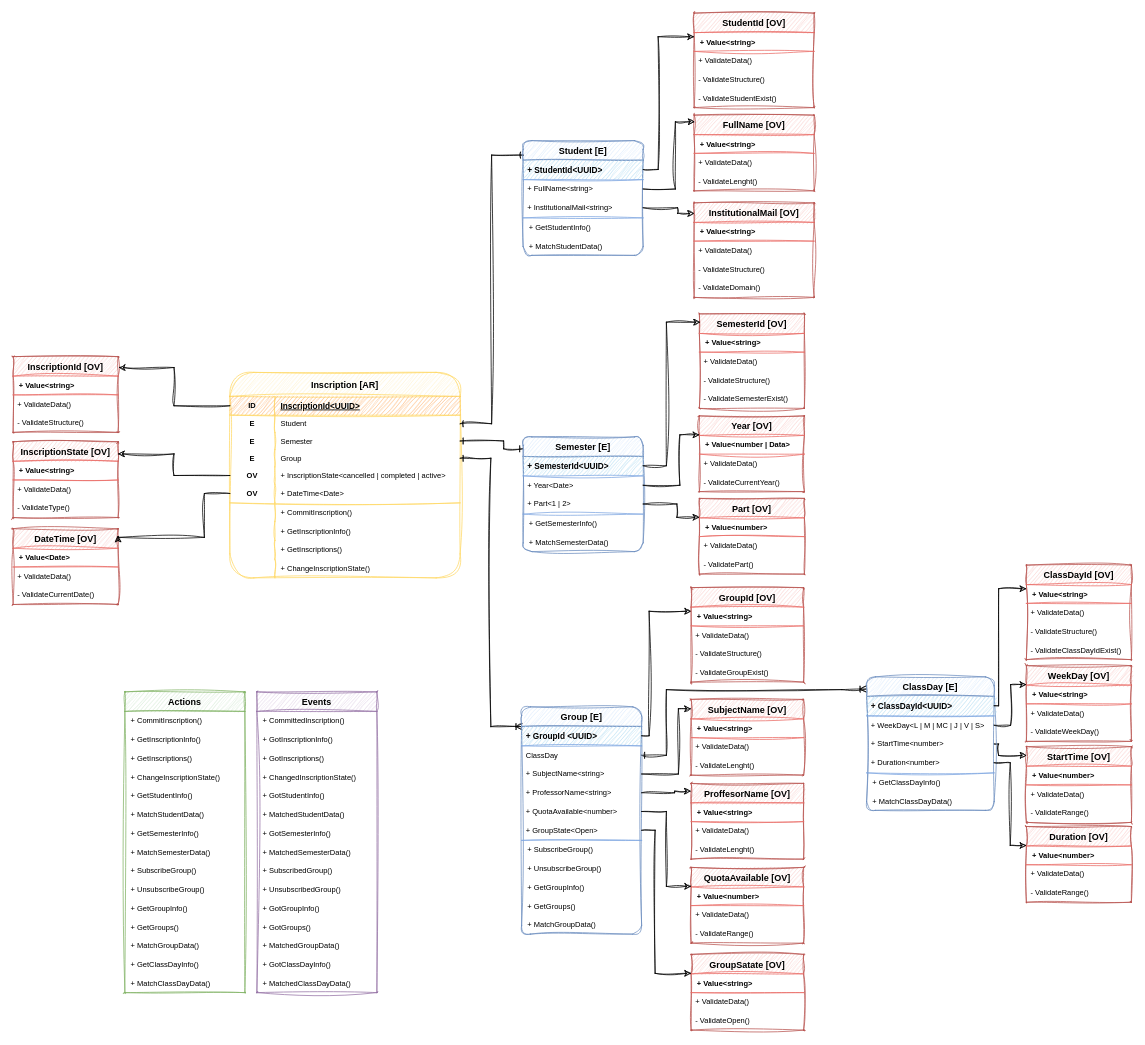
Earlier version of the draw.io diagram page "Inscription <AR>" (5 of 5) of DDD University - Sofka.drawio (EduaRuiz/C1-2023-DDD-Colombia). Source tidied: cells renumbered, new cells numbered last; positions are measured from the earlier drawing's top-left corner, leaving out a move shared by most shapes. Both pictures are drawn from the tidied source at 75%, with x=0, y=0 at pixel (13, 13).
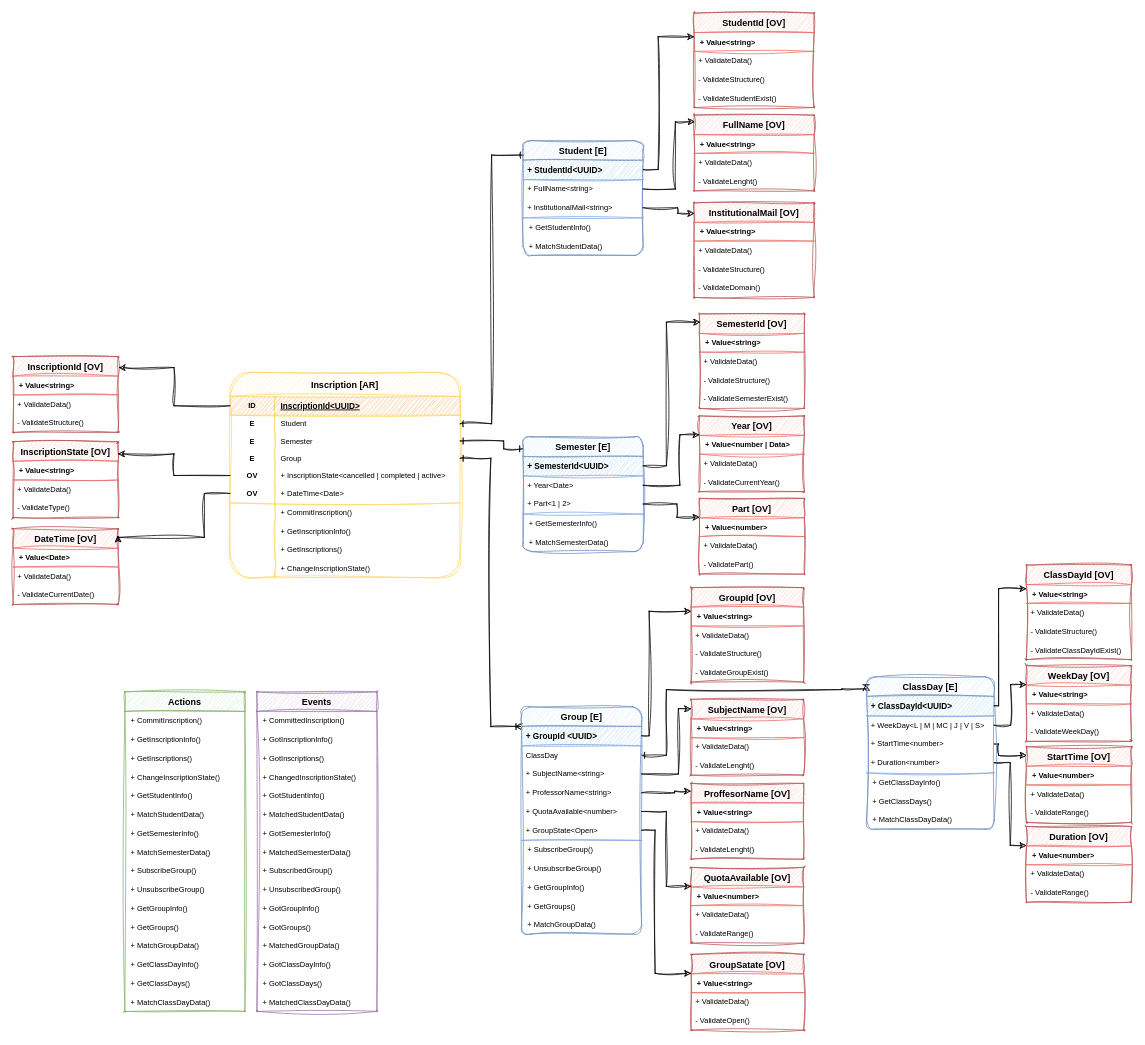
Above is the later version.

The change refers to these unchanged cells:
```xml
<mxCell id="52" style="group;" parent="1" vertex="1">
  <mxGeometry x="149" y="905" width="336" height="301" as="geometry" />
</mxCell>
<mxCell id="85" style="group;" parent="1" vertex="1">
  <mxGeometry x="1138" y="736" width="353" height="449.5" as="geometry" />
</mxCell>
```

Diff of the diagram source:
```diff
@@
     <mxCell id="53" value="Actions" style="swimlane;fontStyle=1;horizontal=1;startSize=26;align=center;fontSize=12;rounded=1;shadow=0;glass=0;sketch=1;fillStyle=auto;strokeColor=#82b366;fillColor=#d5e8d4;arcSize=0;swimlaneLine=1;curveFitting=1;jiggle=2;" parent="52" vertex="1">
-      <mxGeometry width="160" height="401" as="geometry" />
+      <mxGeometry width="160" height="426" as="geometry" />
     </mxCell>
@@
+    <mxCell id="208" value="+ GetClassDays()" style="shape=partialRectangle;fillColor=none;top=0;left=0;bottom=0;right=0;align=left;spacingLeft=6;fontStyle=0;overflow=hidden;rounded=0;shadow=0;glass=0;dashed=1;sketch=1;fillStyle=auto;strokeColor=#FF99CC;fontSize=10;curveFitting=1;jiggle=2;" parent="53" vertex="1">
+      <mxGeometry y="376" width="160" height="25" as="geometry" />
+    </mxCell>
     <mxCell id="68" value="+ MatchClassDayData()" style="shape=partialRectangle;fillColor=none;top=0;left=0;bottom=0;right=0;align=left;spacingLeft=6;fontStyle=0;overflow=hidden;rounded=0;shadow=0;glass=0;dashed=1;sketch=1;fillStyle=auto;strokeColor=#FF99CC;fontSize=10;curveFitting=1;jiggle=2;" parent="53" vertex="1">
-      <mxGeometry y="376" width="160" height="25" as="geometry" />
+      <mxGeometry y="401" width="160" height="25" as="geometry" />
     </mxCell>
     <mxCell id="69" value="Events" style="swimlane;fontStyle=1;horizontal=1;startSize=26;align=center;fontSize=12;rounded=1;shadow=0;glass=0;sketch=1;fillStyle=auto;strokeColor=#9673a6;fillColor=#e1d5e7;arcSize=0;swimlaneLine=1;curveFitting=1;jiggle=2;" parent="52" vertex="1">
-      <mxGeometry x="176" width="160" height="401" as="geometry" />
+      <mxGeometry x="176" width="160" height="426" as="geometry" />
     </mxCell>
@@
+    <mxCell id="209" value="+ GotClassDays()" style="shape=partialRectangle;fillColor=none;top=0;left=0;bottom=0;right=0;align=left;spacingLeft=6;fontStyle=0;overflow=hidden;rounded=0;shadow=0;glass=0;dashed=1;sketch=1;fillStyle=auto;strokeColor=#FF99CC;fontSize=10;curveFitting=1;jiggle=2;" parent="69" vertex="1">
+      <mxGeometry y="376" width="160" height="25" as="geometry" />
+    </mxCell>
     <mxCell id="84" value="+ MatchedClassDayData()" style="shape=partialRectangle;fillColor=none;top=0;left=0;bottom=0;right=0;align=left;spacingLeft=6;fontStyle=0;overflow=hidden;rounded=0;shadow=0;glass=0;dashed=1;sketch=1;fillStyle=auto;strokeColor=#FF99CC;fontSize=10;curveFitting=1;jiggle=2;" parent="69" vertex="1">
-      <mxGeometry y="376" width="160" height="25" as="geometry" />
+      <mxGeometry y="401" width="160" height="25" as="geometry" />
     </mxCell>
@@
     <mxCell id="99" value="ClassDay [E]" style="swimlane;fontStyle=1;horizontal=1;startSize=26;align=center;fontSize=12;rounded=1;shadow=0;glass=0;sketch=1;fillStyle=auto;strokeColor=#6c8ebf;fillColor=#dae8fc;noLabel=0;fixDash=0;swimlaneLine=1;labelBorderColor=none;curveFitting=1;jiggle=2;" parent="85" vertex="1">
-      <mxGeometry y="149" width="170" height="178" as="geometry" />
+      <mxGeometry y="149" width="170" height="203" as="geometry" />
     </mxCell>
@@
+    <mxCell id="210" value="+ GetClassDays()" style="shape=partialRectangle;fillColor=none;top=0;left=0;bottom=0;right=0;align=left;spacingLeft=6;fontStyle=0;overflow=hidden;rounded=0;shadow=0;glass=0;dashed=1;sketch=1;fillStyle=auto;strokeColor=#FF99CC;fontSize=10;curveFitting=1;jiggle=2;" parent="99" vertex="1">
+      <mxGeometry y="153" width="170" height="25" as="geometry" />
+    </mxCell>
     <mxCell id="107" value="+ MatchClassDayData()" style="shape=partialRectangle;fillColor=none;top=0;left=0;bottom=0;right=0;align=left;spacingLeft=6;fontStyle=0;overflow=hidden;rounded=0;shadow=0;glass=0;dashed=1;sketch=1;fillStyle=auto;strokeColor=#FF99CC;fontSize=10;curveFitting=1;jiggle=2;" parent="99" vertex="1">
-      <mxGeometry y="153" width="170" height="25" as="geometry" />
+      <mxGeometry y="178" width="170" height="25" as="geometry" />
     </mxCell>
```
